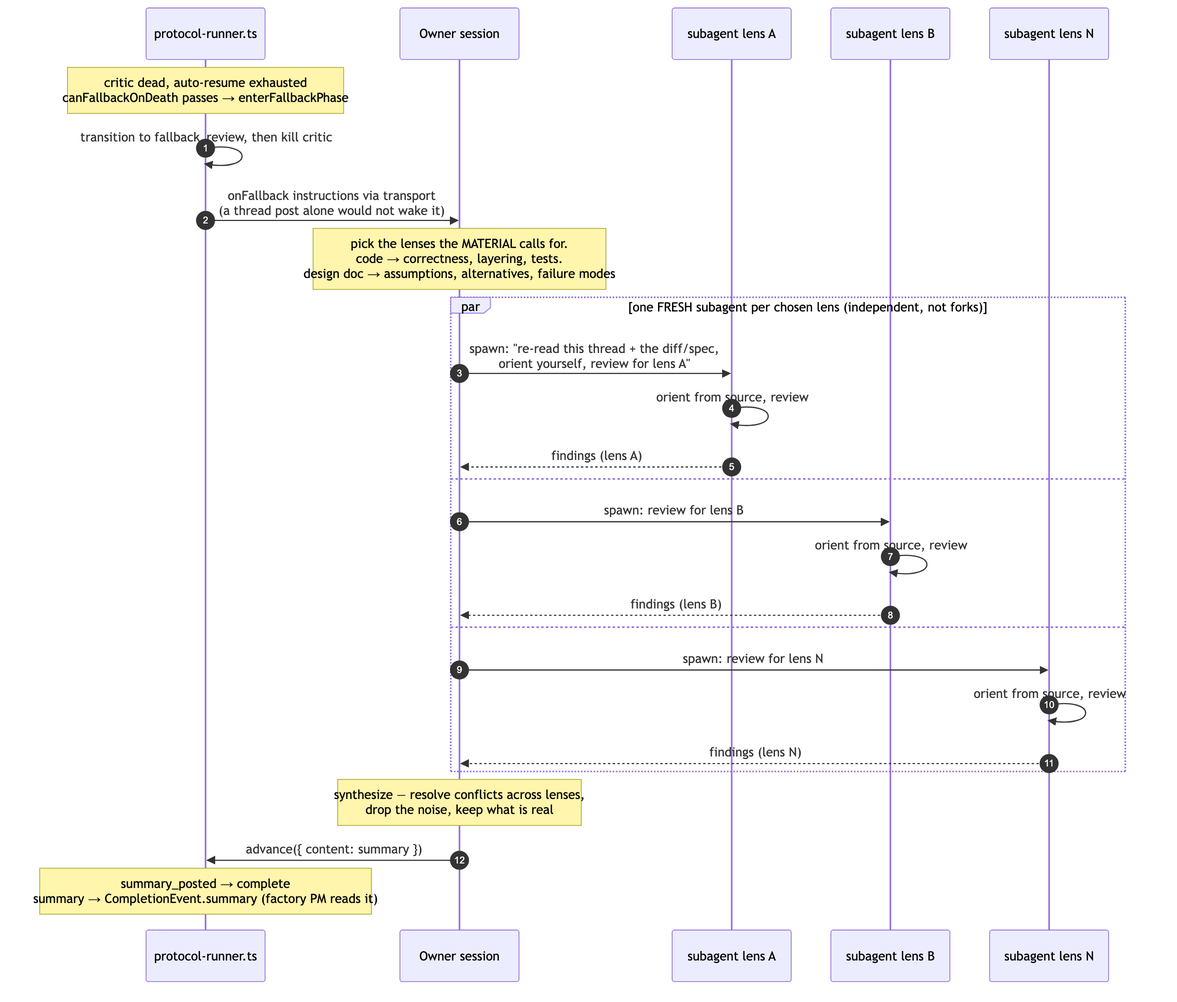
Before: diagrams/flow-review-fallback.png, a diagram exported from Mermaid (sf8193/hydra). Its source is kept beside it as diagrams/flow-review-fallback.mmd.
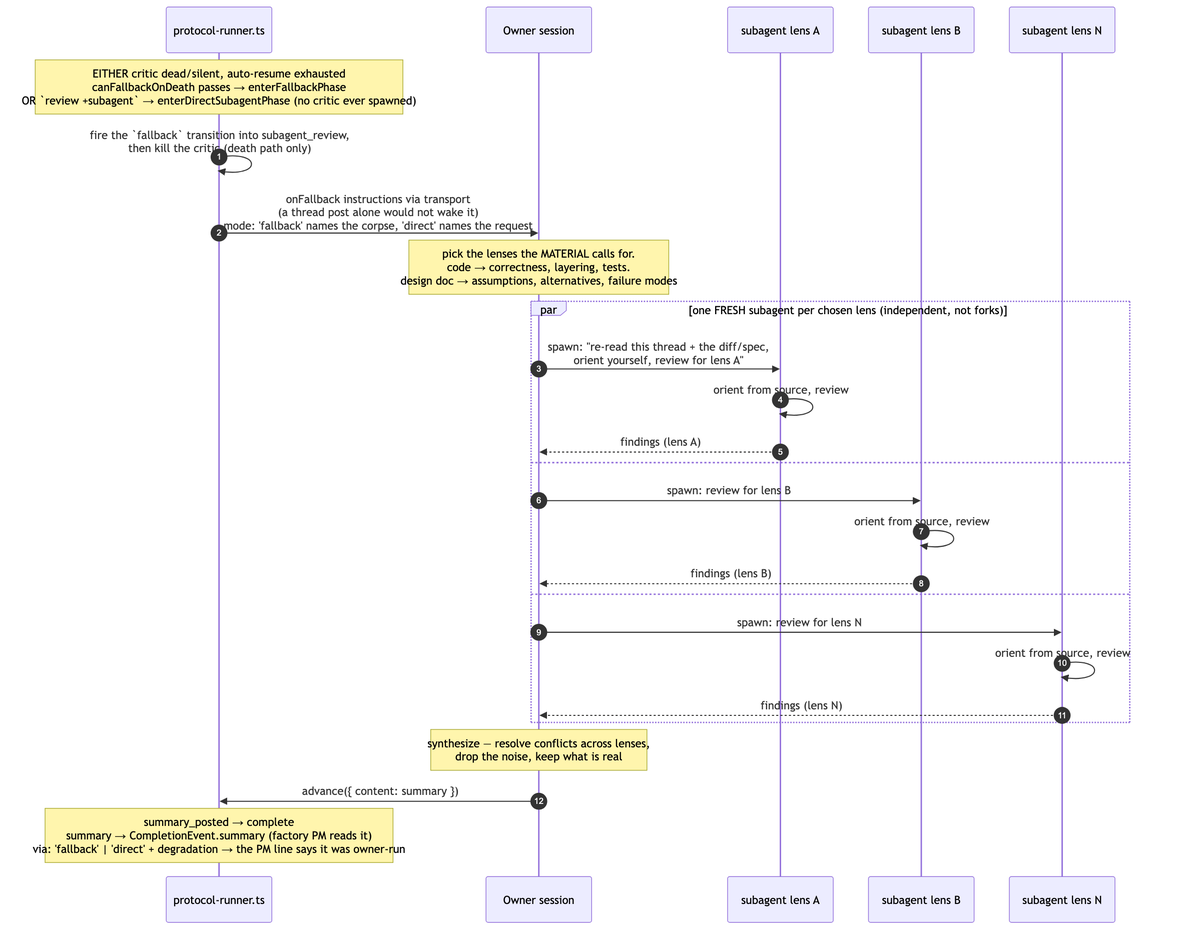
After the commit.

Change to the diagram source:
```diff
@@ -7,9 +7,9 @@
     participant LB as subagent lens B
     participant LN as subagent lens N
 
-    Note over PR: critic dead, auto-resume exhausted<br/>canFallbackOnDeath passes → enterFallbackPhase
-    PR->>PR: transition to fallback_review, then kill critic
-    PR->>Owner: onFallback instructions via transport<br/>(a thread post alone would not wake it)
+    Note over PR: EITHER critic dead/silent, auto-resume exhausted<br/>canFallbackOnDeath passes → enterFallbackPhase<br/>OR `review +subagent` → enterDirectSubagentPhase (no critic ever spawned)
+    PR->>PR: fire the `fallback` transition into subagent_review,<br/>then kill the critic (death path only)
+    PR->>Owner: onFallback instructions via transport<br/>(a thread post alone would not wake it)<br/>mode: 'fallback' names the corpse, 'direct' names the request
 
     Note over Owner: pick the lenses the MATERIAL calls for.<br/>code → correctness, layering, tests.<br/>design doc → assumptions, alternatives, failure modes
 
@@ -29,4 +29,4 @@
 
     Note over Owner: synthesize — resolve conflicts across lenses,<br/>drop the noise, keep what is real
     Owner->>PR: advance({ content: summary })
-    Note over PR: summary_posted → complete<br/>summary → CompletionEvent.summary (factory PM reads it)
+    Note over PR: summary_posted → complete<br/>summary → CompletionEvent.summary (factory PM reads it)<br/>via: 'fallback' | 'direct' + degradation → the PM line says it was owner-run
```
